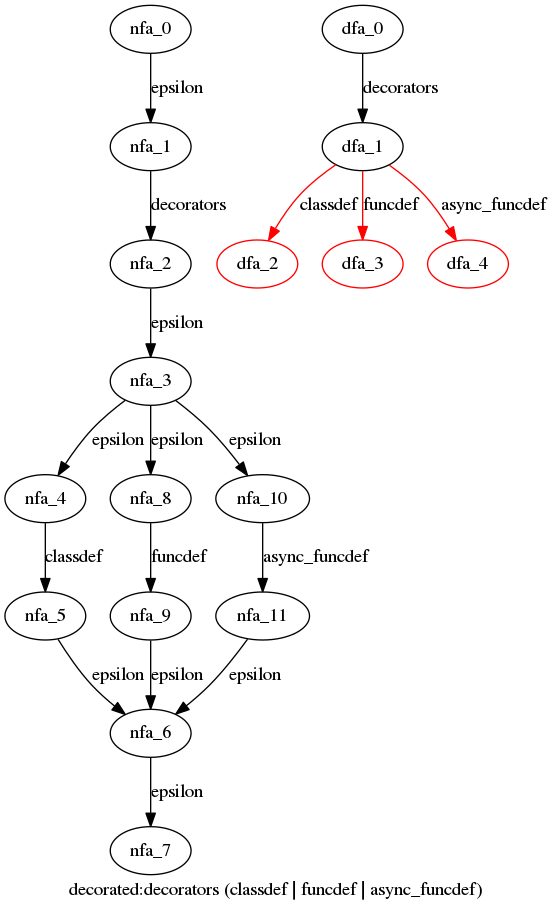
Above: cpython/grammar/handwrite/nfa_dfas/5.decorated.dot.png in WinChua/blog (Graphviz), before the change. Its source is kept beside it as cpython/grammar/handwrite/nfa_dfas/5.decorated.dot. Its diagram source:
```dot
digraph decorated {
 graph[label="decorated:decorators (classdef | funcdef | async_funcdef)"]
 subgraph decorated_nfa {
  nfa_0->nfa_1[label="epsilon"]
  nfa_1->nfa_2[label="decorators"]
  nfa_2->nfa_3[label="epsilon"]
  nfa_3->nfa_4[label="epsilon"]
  nfa_4->nfa_5[label="classdef"]
  nfa_5->nfa_6[label="epsilon"]
  nfa_6->nfa_7[label="epsilon"]
  nfa_3->nfa_8[label="epsilon"]
  nfa_8->nfa_9[label="funcdef"]
  nfa_9->nfa_6[label="epsilon"]
  nfa_3->nfa_10[label="epsilon"]
  nfa_10->nfa_11[label="async_funcdef"]
  nfa_11->nfa_6[label="epsilon"]
  }
 subgraph decorated_dfa {
  dfa_0->dfa_1[label="decorators"]
  dfa_1->dfa_2[label="classdef",color=red]
  dfa_1->dfa_3[label="funcdef",color=red]
  dfa_1->dfa_4[label="async_funcdef",color=red]
  dfa_2[color=red]
  dfa_3[color=red]
  dfa_4[color=red]
  }
}
```
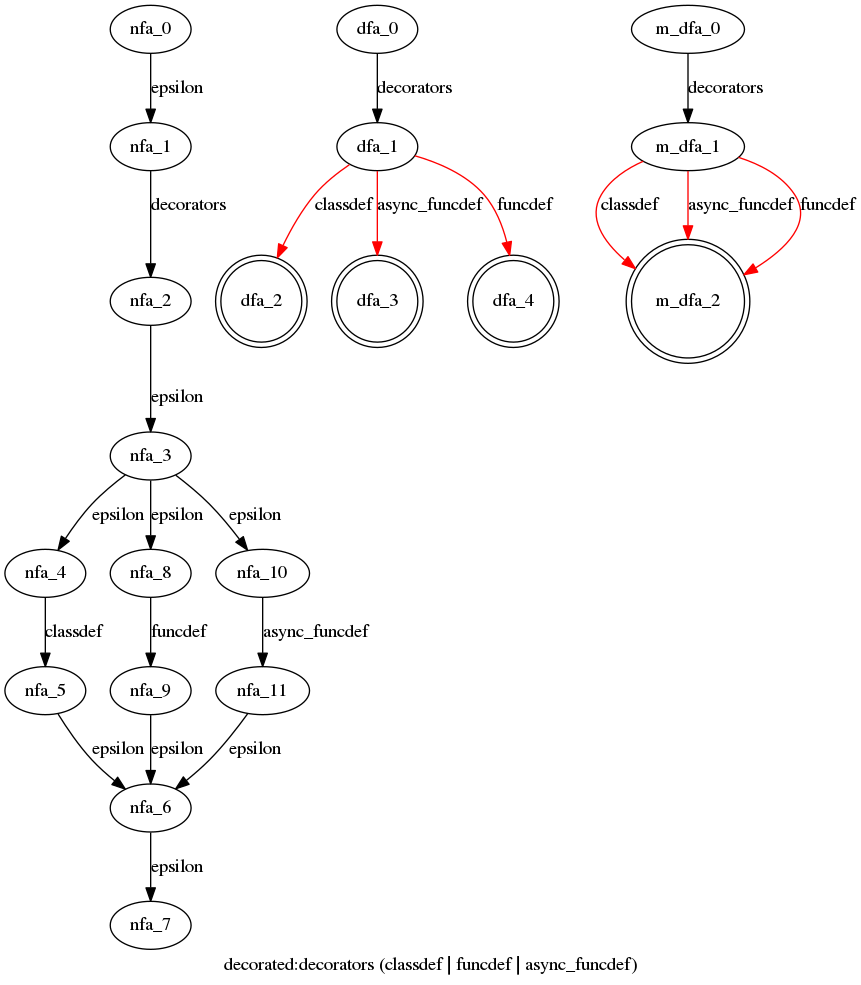
After the change.

Change to the diagram source:
```diff
@@ -18,10 +18,17 @@
  subgraph decorated_dfa {
   dfa_0->dfa_1[label="decorators"]
   dfa_1->dfa_2[label="classdef",color=red]
-  dfa_1->dfa_3[label="funcdef",color=red]
-  dfa_1->dfa_4[label="async_funcdef",color=red]
-  dfa_2[color=red]
-  dfa_3[color=red]
-  dfa_4[color=red]
+  dfa_1->dfa_3[label="async_funcdef",color=red]
+  dfa_1->dfa_4[label="funcdef",color=red]
+  dfa_2[shape=doublecircle]
+  dfa_3[shape=doublecircle]
+  dfa_4[shape=doublecircle]
+  }
+ subgraph decorated_m_dfa {
+  m_dfa_0->m_dfa_1[label="decorators"]
+  m_dfa_1->m_dfa_2[label="classdef",color=red]
+  m_dfa_1->m_dfa_2[label="async_funcdef",color=red]
+  m_dfa_1->m_dfa_2[label="funcdef",color=red]
+  m_dfa_2[shape=doublecircle]
   }
 }
```
